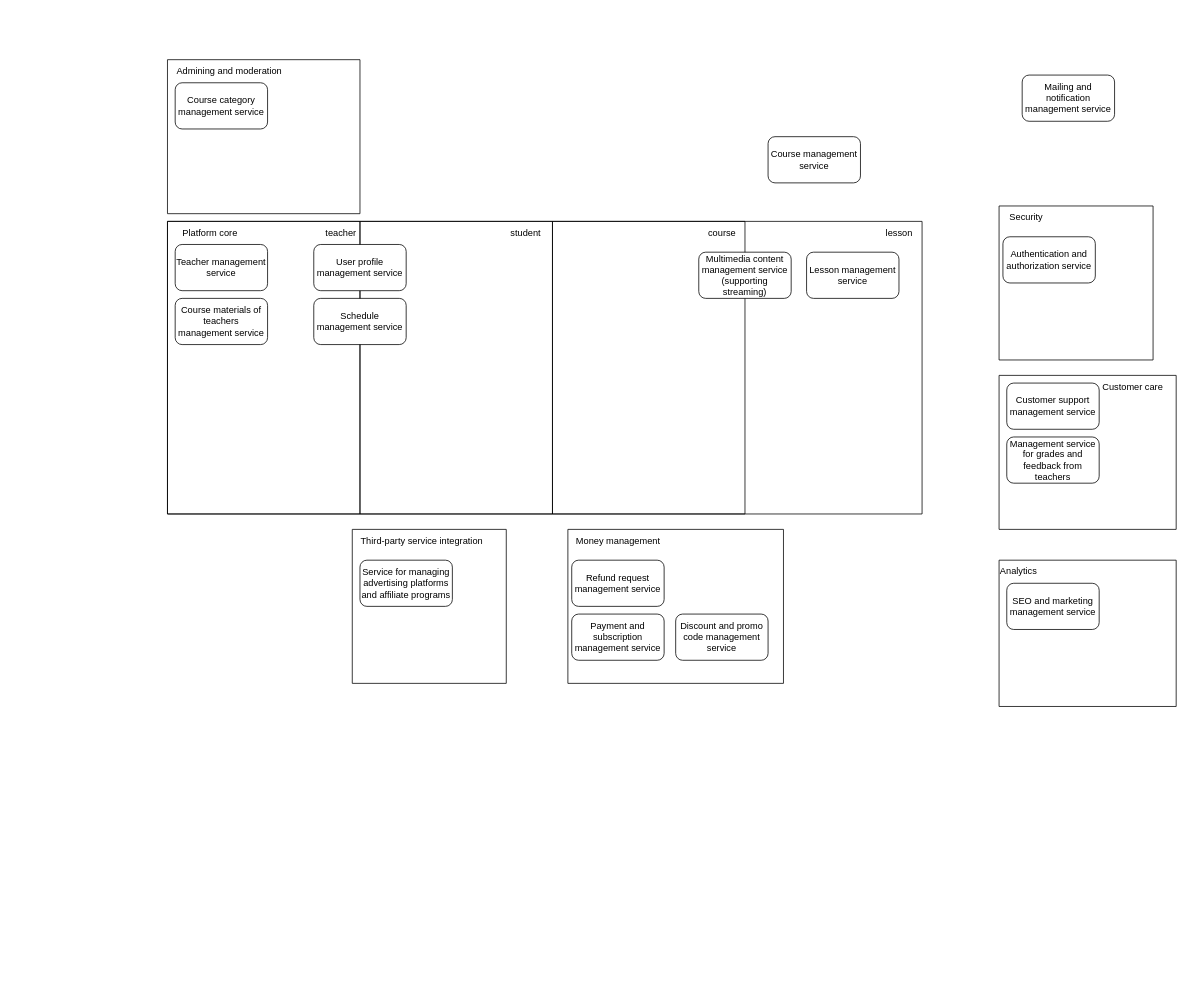
Before: chatter.drawio in chatter-platform/architecture, a draw.io diagram. Source tidied: cells renumbered, new cells numbered last; positions are measured from the earlier drawing's top-left corner, leaving out a move shared by most shapes. Both pictures are drawn from the tidied source at 77%, with x=0, y=0 at pixel (167, 59).
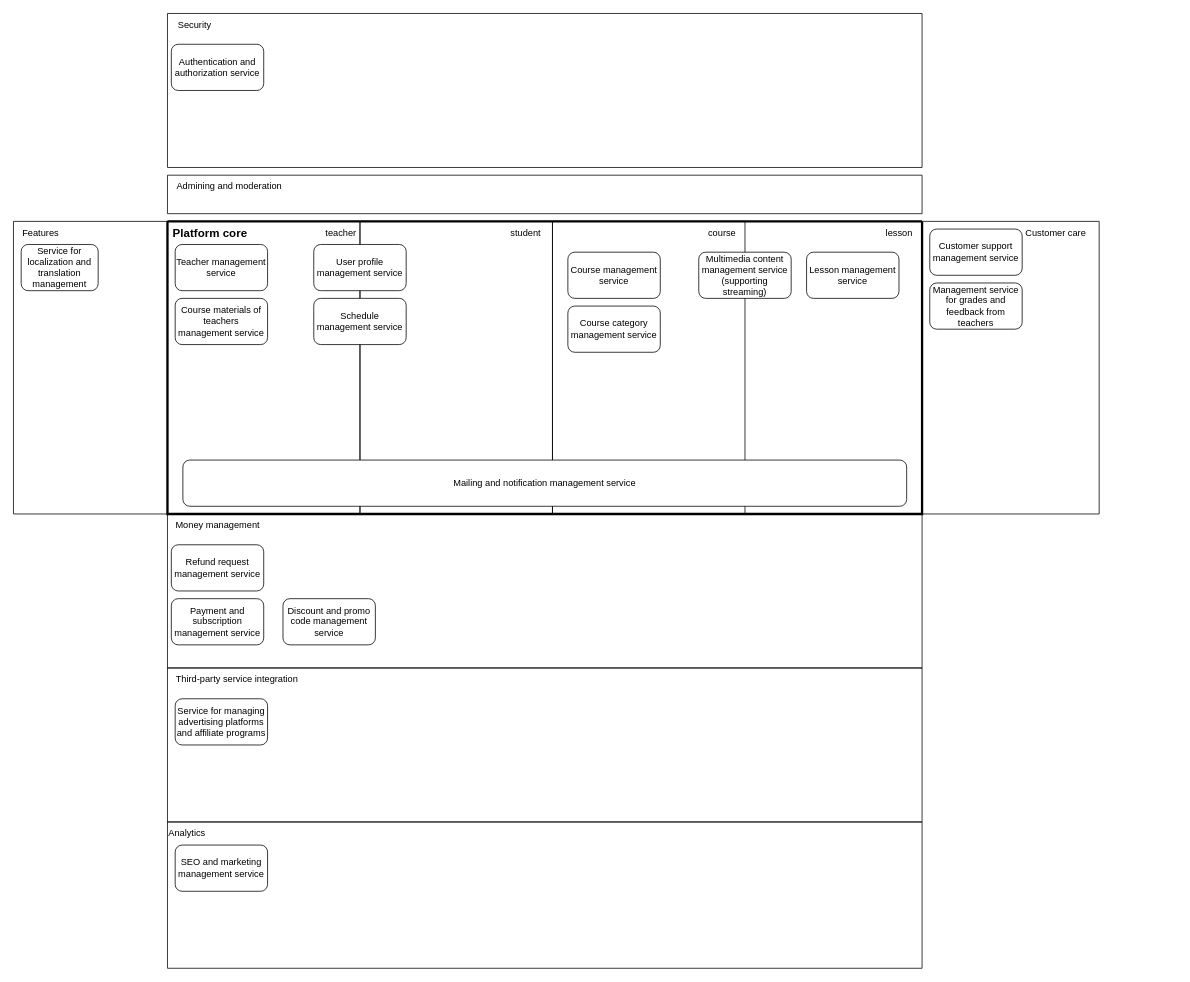
The same diagram, later.

The change refers to these unchanged cells:
```xml
<mxCell id="11" style="swimlane;startSize=0;" parent="9" vertex="1">
  <mxGeometry width="250" height="380" as="geometry" />
</mxCell>
<mxCell id="18" style="swimlane;startSize=0;" parent="9" vertex="1">
  <mxGeometry x="500" width="250" height="380" as="geometry" />
</mxCell>
```

What changed in the source:
```diff
@@
     <mxCell id="2" style="swimlane;startSize=0;" parent="1" vertex="1">
-      <mxGeometry x="1080" y="190" width="200" height="200" as="geometry" />
+      <mxGeometry y="-60" width="980" height="200" as="geometry" />
     </mxCell>
@@
     <mxCell id="5" style="swimlane;startSize=0;" parent="1" vertex="1">
-      <mxGeometry x="1080" y="410" width="230" height="200" as="geometry" />
+      <mxGeometry x="980" y="210" width="230" height="380" as="geometry" />
     </mxCell>
@@
-    <mxCell id="9" style="swimlane;startSize=0;" parent="1" vertex="1">
+    <mxCell id="9" style="swimlane;startSize=0;strokeColor=#000000;rounded=0;swimlaneLine=1;fillColor=default;strokeWidth=3;" parent="1" vertex="1">
       <mxGeometry y="210" width="980" height="380" as="geometry" />
     </mxCell>
-    <mxCell id="10" value="Platform core" style="text;html=1;align=center;verticalAlign=middle;strokeColor=none;fillColor=none;" parent="9" vertex="1">
-      <mxGeometry x="10" width="90" height="30" as="geometry" />
+    <mxCell id="10" value="Platform core" style="text;html=1;align=center;verticalAlign=middle;strokeColor=none;fillColor=none;fontSize=15;fontStyle=1;" parent="9" vertex="1">
+      <mxGeometry x="-5" width="120" height="30" as="geometry" />
     </mxCell>
@@
+    <mxCell id="40" style="swimlane;startSize=0;" parent="11" vertex="1">
+      <mxGeometry x="-200" width="200" height="380" as="geometry" />
+    </mxCell>
+    <mxCell id="41" value="Features" style="text;html=1;align=center;verticalAlign=middle;strokeColor=none;fillColor=none;" parent="40" vertex="1">
+      <mxGeometry width="70" height="30" as="geometry" />
+    </mxCell>
+    <mxCell id="42" value="Service for localization and translation management" style="rounded=1;whiteSpace=wrap;html=1;" parent="40" vertex="1">
+      <mxGeometry x="10" y="30" width="100" height="60" as="geometry" />
+    </mxCell>
@@
+    <mxCell id="38" value="Course management service" style="rounded=1;whiteSpace=wrap;html=1;" parent="18" vertex="1">
+      <mxGeometry x="20" y="40" width="120" height="60" as="geometry" />
+    </mxCell>
+    <mxCell id="36" value="Course category management service" style="rounded=1;whiteSpace=wrap;html=1;" parent="18" vertex="1">
+      <mxGeometry x="20" y="110" width="120" height="60" as="geometry" />
+    </mxCell>
@@
+    <mxCell id="37" value="Mailing and notification management service" style="rounded=1;whiteSpace=wrap;html=1;" parent="9" vertex="1">
+      <mxGeometry x="20" y="310" width="940" height="60" as="geometry" />
+    </mxCell>
     <mxCell id="23" style="swimlane;startSize=0;" parent="1" vertex="1">
-      <mxGeometry x="240" y="610" width="200" height="200" as="geometry" />
+      <mxGeometry y="790" width="980" height="200" as="geometry" />
     </mxCell>
@@
     <mxCell id="26" style="swimlane;startSize=0;" parent="1" vertex="1">
-      <mxGeometry x="520" y="610" width="280" height="200" as="geometry" />
+      <mxGeometry y="590" width="980" height="200" as="geometry" />
     </mxCell>
@@
+    <mxCell id="33" value="Discount and promo code management service" style="rounded=1;whiteSpace=wrap;html=1;" parent="26" vertex="1">
+      <mxGeometry x="150" y="110" width="120" height="60" as="geometry" />
+    </mxCell>
     <mxCell id="30" style="swimlane;startSize=0;" parent="1" vertex="1">
-      <mxGeometry x="1080" y="650" width="230" height="190" as="geometry" />
+      <mxGeometry y="990" width="980" height="190" as="geometry" />
     </mxCell>
@@
-    <mxCell id="33" value="Discount and promo code management service" style="rounded=1;whiteSpace=wrap;html=1;" parent="1" vertex="1">
-      <mxGeometry x="660" y="720" width="120" height="60" as="geometry" />
-    </mxCell>
     <mxCell id="34" style="swimlane;startSize=0;" parent="1" vertex="1">
-      <mxGeometry width="250" height="200" as="geometry" />
+      <mxGeometry y="150" width="980" height="50" as="geometry" />
     </mxCell>
@@
-    <mxCell id="36" value="Course category management service" style="rounded=1;whiteSpace=wrap;html=1;" parent="34" vertex="1">
-      <mxGeometry x="10" y="30" width="120" height="60" as="geometry" />
-    </mxCell>
-    <mxCell id="37" value="Mailing and notification management service" style="rounded=1;whiteSpace=wrap;html=1;" parent="1" vertex="1">
-      <mxGeometry x="1110" y="20" width="120" height="60" as="geometry" />
-    </mxCell>
-    <mxCell id="38" value="Course management service" style="rounded=1;whiteSpace=wrap;html=1;" parent="1" vertex="1">
-      <mxGeometry x="780" y="100" width="120" height="60" as="geometry" />
-    </mxCell>
```
